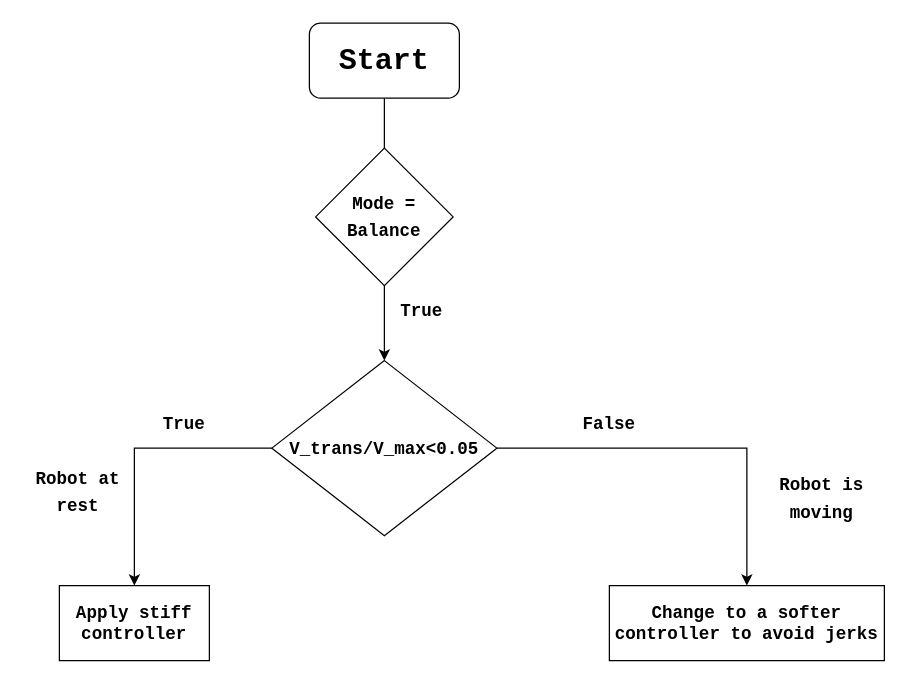
Above: Algorithm_Flowcharts/Balance.drawio in NischalSehrawat/Self-Balancing-Segway-Robot (draw.io), before the change. Source tidied: cells renumbered, new cells numbered last; positions are measured from the earlier drawing's top-left corner, leaving out a move shared by most shapes. Both pictures are drawn from the tidied source at 125%, with x=0, y=0 at pixel (21, 22).
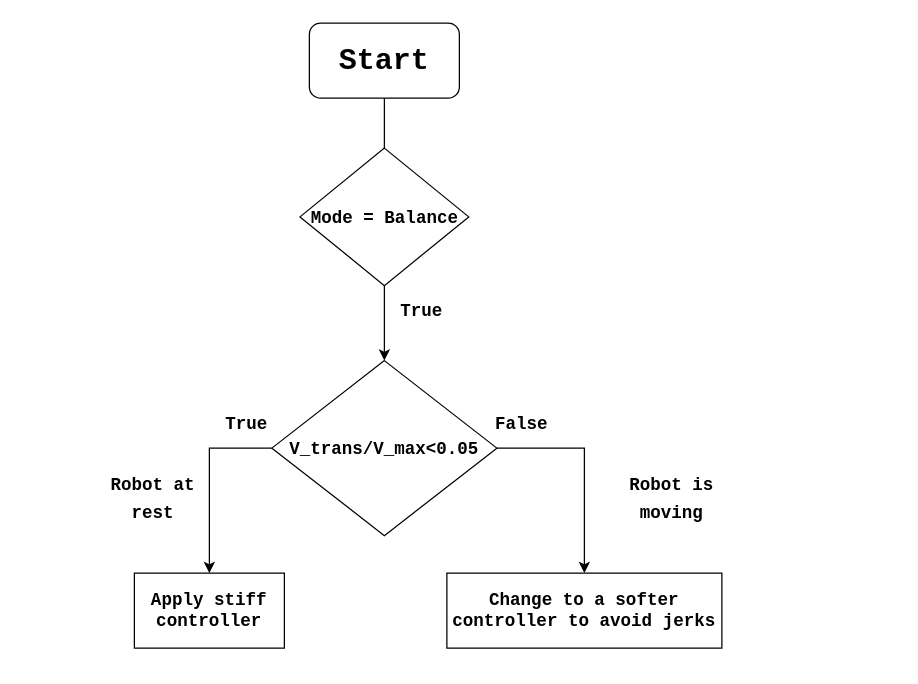
After the change.

Change to the diagram source:
```diff
@@
 <mxGraphModel>
   <root>
     <mxCell id="0" />
     <mxCell id="1" parent="0" />
     <mxCell id="2" style="edgeStyle=orthogonalEdgeStyle;rounded=0;jettySize=auto;html=1;" parent="1" edge="1" source="3">
       <mxGeometry relative="1" as="geometry">
         <mxPoint x="290" y="130" as="targetPoint" />
       </mxGeometry>
     </mxCell>
     <mxCell id="3" value="&lt;h1&gt;&lt;font face=&quot;Courier New&quot;&gt;Start&lt;/font&gt;&lt;/h1&gt;" style="rounded=1;whiteSpace=wrap;html=1;" parent="1" vertex="1">
       <mxGeometry x="230" width="120" height="60" as="geometry" />
     </mxCell>
     <mxCell id="4" style="edgeStyle=orthogonalEdgeStyle;rounded=0;jettySize=auto;html=1;exitX=0.5;exitY=1;exitDx=0;exitDy=0;entryX=0.5;entryY=0;entryDx=0;entryDy=0;fontFamily=Courier New;" parent="1" edge="1" source="5" target="8">
       <mxGeometry relative="1" as="geometry" />
     </mxCell>
     <mxCell id="5" value="&lt;h2&gt;&lt;font style=&quot;font-size: 14px&quot;&gt;Mode = Balance&lt;/font&gt;&lt;/h2&gt;" style="rhombus;whiteSpace=wrap;html=1;fontFamily=Courier New;" parent="1" vertex="1">
-      <mxGeometry x="235" y="100" width="110" height="110" as="geometry" />
+      <mxGeometry x="222.5" y="100" width="135" height="110" as="geometry" />
     </mxCell>
-    <mxCell id="6" style="edgeStyle=orthogonalEdgeStyle;rounded=0;jettySize=auto;html=1;exitX=0;exitY=0.5;exitDx=0;exitDy=0;entryX=0.5;entryY=0;entryDx=0;entryDy=0;fontFamily=Courier New;" parent="1" edge="1" source="8" target="10">
+    <mxCell id="6" style="edgeStyle=orthogonalEdgeStyle;rounded=0;jettySize=auto;html=1;exitX=0;exitY=0.5;exitDx=0;exitDy=0;entryX=0.5;entryY=0;entryDx=0;entryDy=0;" parent="1" edge="1" source="8" target="10">
       <mxGeometry relative="1" as="geometry" />
     </mxCell>
-    <mxCell id="7" style="edgeStyle=orthogonalEdgeStyle;rounded=0;jettySize=auto;html=1;exitX=1;exitY=0.5;exitDx=0;exitDy=0;entryX=0.5;entryY=0;entryDx=0;entryDy=0;fontFamily=Courier New;" parent="1" edge="1" source="8" target="11">
+    <mxCell id="7" style="edgeStyle=orthogonalEdgeStyle;rounded=0;jettySize=auto;html=1;exitX=1;exitY=0.5;exitDx=0;exitDy=0;entryX=0.5;entryY=0;entryDx=0;entryDy=0;" parent="1" edge="1" source="8" target="11">
       <mxGeometry relative="1" as="geometry" />
     </mxCell>
     <mxCell id="8" value="&lt;h2&gt;&lt;font style=&quot;font-size: 14px&quot;&gt;V_trans/V_max&amp;lt;0.05&lt;/font&gt;&lt;/h2&gt;" style="rhombus;whiteSpace=wrap;html=1;fontFamily=Courier New;" parent="1" vertex="1">
       <mxGeometry x="200" y="270" width="180" height="140" as="geometry" />
     </mxCell>
     <mxCell id="9" value="&lt;h2&gt;&lt;font style=&quot;font-size: 14px&quot;&gt;True&lt;/font&gt;&lt;/h2&gt;" style="text;html=1;strokeColor=none;fillColor=none;align=center;verticalAlign=middle;whiteSpace=wrap;rounded=0;fontFamily=Courier New;" parent="1" vertex="1">
       <mxGeometry x="300" y="220" width="40" height="20" as="geometry" />
     </mxCell>
     <mxCell id="10" value="&lt;h3&gt;Apply stiff controller&lt;/h3&gt;" style="rounded=0;whiteSpace=wrap;html=1;fontFamily=Courier New;" parent="1" vertex="1">
-      <mxGeometry x="30" y="450" width="120" height="60" as="geometry" />
+      <mxGeometry x="90" y="440" width="120" height="60" as="geometry" />
     </mxCell>
     <mxCell id="11" value="&lt;h3&gt;Change to a softer controller to avoid jerks&lt;/h3&gt;" style="rounded=0;whiteSpace=wrap;html=1;fontFamily=Courier New;" parent="1" vertex="1">
-      <mxGeometry x="470" y="450" width="220" height="60" as="geometry" />
+      <mxGeometry x="340" y="440" width="220" height="60" as="geometry" />
     </mxCell>
     <mxCell id="12" value="&lt;h2&gt;&lt;font style=&quot;font-size: 14px&quot;&gt;True&lt;/font&gt;&lt;/h2&gt;" style="text;html=1;strokeColor=none;fillColor=none;align=center;verticalAlign=middle;whiteSpace=wrap;rounded=0;fontFamily=Courier New;" parent="1" vertex="1">
-      <mxGeometry x="110" y="310" width="40" height="20" as="geometry" />
+      <mxGeometry x="160" y="310" width="40" height="20" as="geometry" />
     </mxCell>
     <mxCell id="13" value="&lt;h2&gt;&lt;font style=&quot;font-size: 14px&quot;&gt;False&lt;/font&gt;&lt;/h2&gt;" style="text;html=1;strokeColor=none;fillColor=none;align=center;verticalAlign=middle;whiteSpace=wrap;rounded=0;fontFamily=Courier New;" parent="1" vertex="1">
-      <mxGeometry x="450" y="310" width="40" height="20" as="geometry" />
+      <mxGeometry x="380" y="310" width="40" height="20" as="geometry" />
     </mxCell>
     <mxCell id="14" value="&lt;h2&gt;&lt;font style=&quot;font-size: 14px&quot;&gt;Robot at rest&lt;/font&gt;&lt;/h2&gt;" style="text;html=1;strokeColor=none;fillColor=none;align=center;verticalAlign=middle;whiteSpace=wrap;rounded=0;fontFamily=Courier New;" parent="1" vertex="1">
-      <mxGeometry y="360" width="90" height="30" as="geometry" />
+      <mxGeometry x="50" y="360" width="110" height="40" as="geometry" />
     </mxCell>
     <mxCell id="15" value="&lt;h2&gt;&lt;font style=&quot;font-size: 14px&quot;&gt;Robot is moving&lt;/font&gt;&lt;/h2&gt;" style="text;html=1;strokeColor=none;fillColor=none;align=center;verticalAlign=middle;whiteSpace=wrap;rounded=0;fontFamily=Courier New;" parent="1" vertex="1">
-      <mxGeometry x="580" y="360" width="120" height="40" as="geometry" />
+      <mxGeometry x="460" y="360" width="120" height="40" as="geometry" />
     </mxCell>
   </root>
 </mxGraphModel>
```
